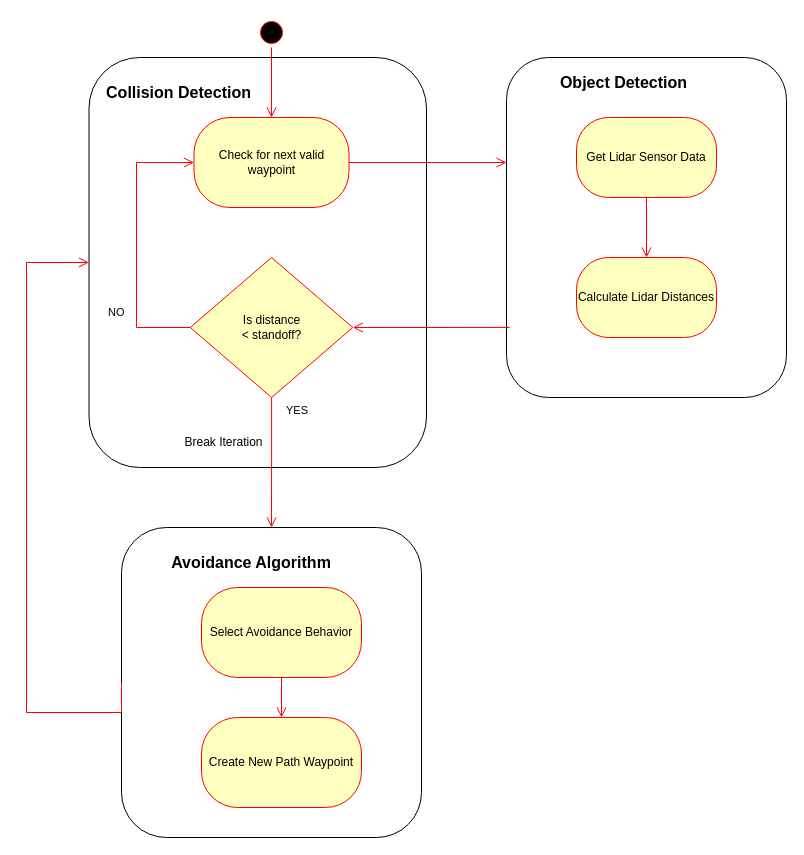
Above: SDD/CollisionAvoidanceSystemStatechart.drawio in mead-d/Modeling-Unmanned-Aerial-Swarms-Using-Unreal-Game-Engine-and-AirSim-Simulator (draw.io), before the change. Source tidied: cells renumbered, new cells numbered last; positions are measured from the earlier drawing's top-left corner, leaving out a move shared by most shapes. Both pictures are drawn from the tidied source at 100%, with x=0, y=0 at pixel (26, 17).
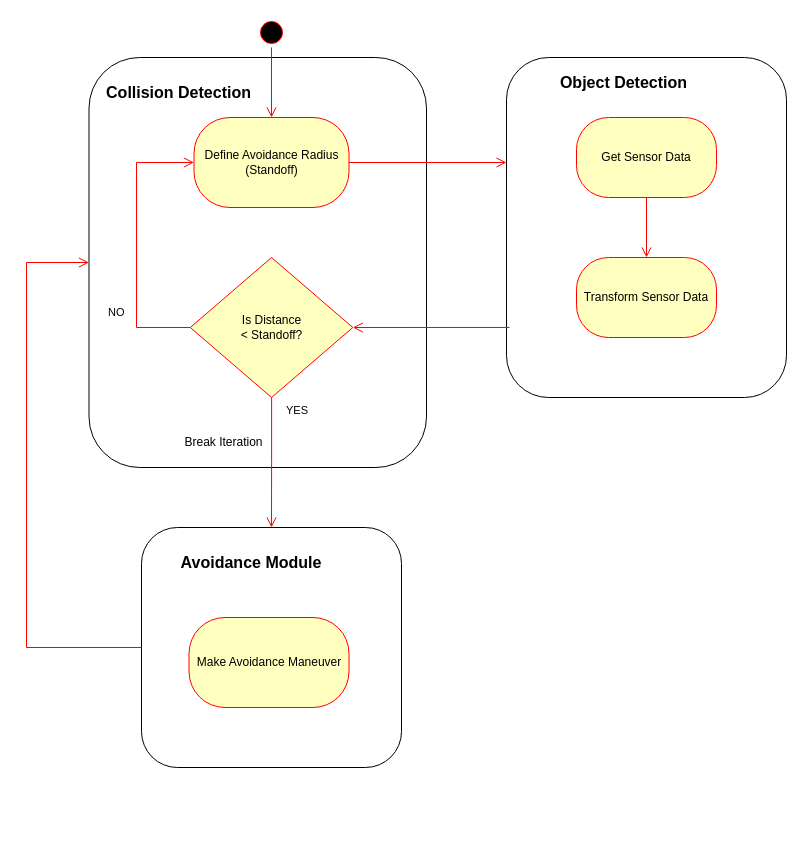
Above is the later version.

Commit message (it also covers changes not shown here):
Updates system statecharts

The change refers to these unchanged cells:
```xml
<mxCell id="4" style="rounded=1;whiteSpace=wrap;html=1;fillColor=none;" parent="1" vertex="1">
  <mxGeometry x="62.5" y="40" width="337.5" height="410" as="geometry" />
</mxCell>
```

Diff of the diagram source:
```diff
@@
     <mxCell id="2" style="rounded=1;whiteSpace=wrap;html=1;fillColor=none;" parent="1" vertex="1">
-      <mxGeometry x="95" y="510" width="300" height="310" as="geometry" />
+      <mxGeometry x="115" y="510" width="260" height="240" as="geometry" />
     </mxCell>
@@
-    <mxCell id="7" value="Check for next valid waypoint" style="rounded=1;whiteSpace=wrap;html=1;arcSize=40;fontColor=#000000;fillColor=#ffffc0;strokeColor=#ff0000;" parent="1" vertex="1">
+    <mxCell id="7" value="Define Avoidance Radius (Standoff)" style="rounded=1;whiteSpace=wrap;html=1;arcSize=40;fontColor=#000000;fillColor=#ffffc0;strokeColor=#ff0000;" parent="1" vertex="1">
       <mxGeometry x="167.5" y="100" width="155" height="90" as="geometry" />
     </mxCell>
@@
-    <mxCell id="9" value="Select Avoidance Behavior" style="rounded=1;whiteSpace=wrap;html=1;arcSize=40;fontColor=#000000;fillColor=#ffffc0;strokeColor=#ff0000;" parent="1" vertex="1">
-      <mxGeometry x="175" y="570" width="160" height="90" as="geometry" />
+    <mxCell id="9" value="Make Avoidance Maneuver" style="rounded=1;whiteSpace=wrap;html=1;arcSize=40;fontColor=#000000;fillColor=#ffffc0;strokeColor=#ff0000;" parent="1" vertex="1">
+      <mxGeometry x="162.5" y="600" width="160" height="90" as="geometry" />
     </mxCell>
-    <mxCell id="10" style="edgeStyle=orthogonalEdgeStyle;html=1;verticalAlign=bottom;endArrow=open;endSize=8;strokeColor=#ff0000;rounded=0;entryX=0.5;entryY=0;entryDx=0;entryDy=0;" parent="1" edge="1" source="9" target="18">
-      <mxGeometry relative="1" as="geometry" />
-    </mxCell>
@@
-    <mxCell id="13" value="&lt;font style=&quot;font-size: 16px&quot;&gt;&lt;b&gt;Avoidance Algorithm&lt;/b&gt;&lt;/font&gt;" style="text;html=1;strokeColor=none;fillColor=none;align=center;verticalAlign=middle;whiteSpace=wrap;rounded=0;" parent="1" vertex="1">
+    <mxCell id="13" value="&lt;font style=&quot;font-size: 16px&quot;&gt;&lt;b&gt;Avoidance Module&lt;br&gt;&lt;/b&gt;&lt;/font&gt;" style="text;html=1;strokeColor=none;fillColor=none;align=center;verticalAlign=middle;whiteSpace=wrap;rounded=0;" parent="1" vertex="1">
       <mxGeometry x="135" y="530" width="180" height="30" as="geometry" />
     </mxCell>
-    <mxCell id="14" value="&lt;div&gt;Is distance&lt;/div&gt;&lt;div&gt;&amp;lt; standoff?&lt;/div&gt;" style="rhombus;whiteSpace=wrap;html=1;fillColor=#ffffc0;strokeColor=#ff0000;" parent="1" vertex="1">
+    <mxCell id="14" value="&lt;div&gt;Is Distance&lt;/div&gt;&lt;div&gt;&amp;lt; Standoff?&lt;/div&gt;" style="rhombus;whiteSpace=wrap;html=1;fillColor=#ffffc0;strokeColor=#ff0000;" parent="1" vertex="1">
       <mxGeometry x="163.8" y="240" width="162.5" height="140" as="geometry" />
     </mxCell>
@@
-    <mxCell id="18" value="Create New Path Waypoint" style="rounded=1;whiteSpace=wrap;html=1;arcSize=40;fontColor=#000000;fillColor=#ffffc0;strokeColor=#ff0000;" parent="1" vertex="1">
-      <mxGeometry x="175" y="700" width="160" height="90" as="geometry" />
-    </mxCell>
     <mxCell id="19" style="edgeStyle=orthogonalEdgeStyle;html=1;verticalAlign=bottom;endArrow=open;endSize=8;strokeColor=#ff0000;rounded=0;exitX=0;exitY=0.5;exitDx=0;exitDy=0;entryX=0;entryY=0.5;entryDx=0;entryDy=0;" parent="1" edge="1" source="2" target="4">
       <mxGeometry relative="1" as="geometry">
         <Array as="points">
-          <mxPoint x="95" y="695" />
-          <mxPoint y="695" />
+          <mxPoint y="630" />
           <mxPoint y="245" />
         </Array>
       </mxGeometry>
     </mxCell>
@@
-    <mxCell id="21" value="Calculate Lidar Distances" style="rounded=1;whiteSpace=wrap;html=1;arcSize=40;fontColor=#000000;fillColor=#ffffc0;strokeColor=#ff0000;" parent="1" vertex="1">
+    <mxCell id="21" value="Transform Sensor Data" style="rounded=1;whiteSpace=wrap;html=1;arcSize=40;fontColor=#000000;fillColor=#ffffc0;strokeColor=#ff0000;" parent="1" vertex="1">
       <mxGeometry x="550" y="240" width="140" height="80" as="geometry" />
     </mxCell>
-    <mxCell id="22" value="Get Lidar Sensor Data" style="rounded=1;whiteSpace=wrap;html=1;arcSize=40;fontColor=#000000;fillColor=#ffffc0;strokeColor=#ff0000;" parent="1" vertex="1">
+    <mxCell id="22" value="Get Sensor Data" style="rounded=1;whiteSpace=wrap;html=1;arcSize=40;fontColor=#000000;fillColor=#ffffc0;strokeColor=#ff0000;" parent="1" vertex="1">
       <mxGeometry x="550" y="100" width="140" height="80" as="geometry" />
     </mxCell>
```
